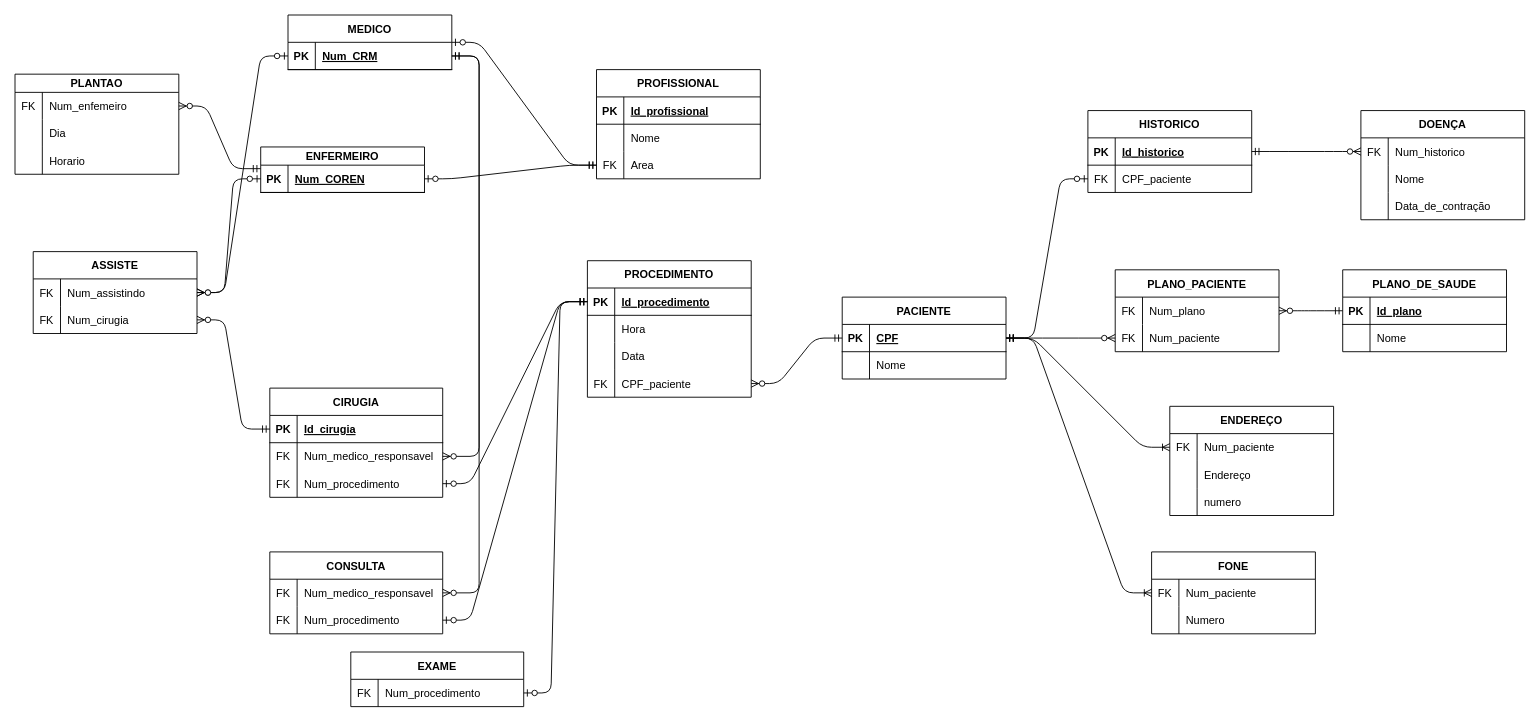
MarcosWillianAP1K/Atividade_Faculdade keeps this draw.io diagram as BD1/Lista de BD1 relacional/Q1.drawio. Above is the earlier version. Source tidied: cells renumbered, new cells numbered last; positions are measured from the earlier drawing's top-left corner, leaving out a move shared by most shapes. Both pictures are drawn from the tidied source at 91%, with x=0, y=0 at pixel (15, 15).
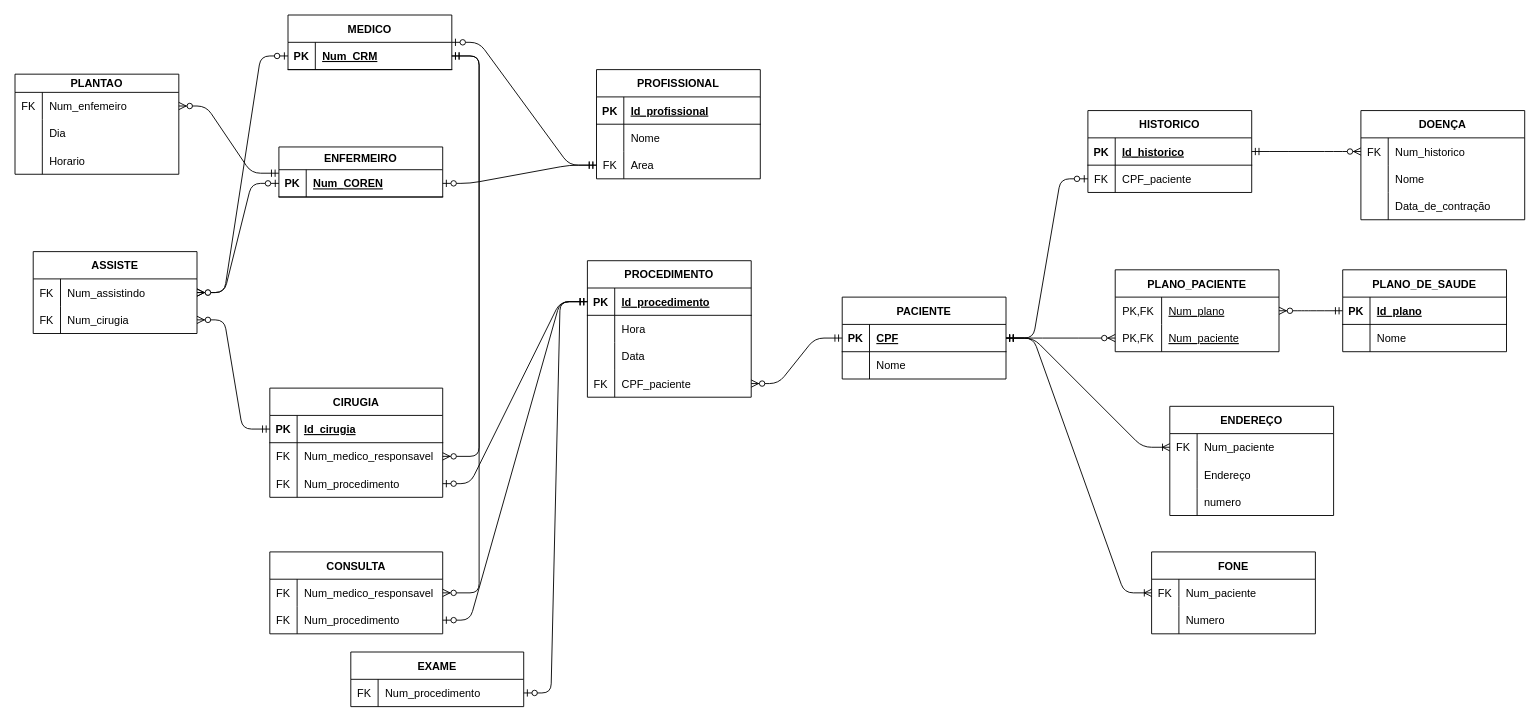
After the change.

The change refers to these unchanged cells:
```xml
<mxCell id="117" style="shape=tableRow;horizontal=0;startSize=0;swimlaneHead=0;swimlaneBody=0;fillColor=none;points=[[0,0.5],[1,0.5]];portConstraint=eastwest;top=0;left=0;right=0;bottom=0;" parent="116" vertex="1">
  <mxGeometry y="30" width="180" height="30" as="geometry" />
</mxCell>
<mxCell id="120" style="shape=tableRow;horizontal=0;startSize=0;swimlaneHead=0;swimlaneBody=0;fillColor=none;points=[[0,0.5],[1,0.5]];portConstraint=eastwest;top=0;left=0;right=0;bottom=0;" parent="116" vertex="1">
  <mxGeometry y="60" width="180" height="30" as="geometry" />
</mxCell>
```

Diff of the diagram source:
```diff
@@
-    <mxCell id="16" value="ENFERMEIRO" style="shape=table;startSize=20;childLayout=tableLayout;rowLines=0;fontStyle=1;align=center;" parent="1" vertex="1">
-      <mxGeometry x="270" y="145" width="180" height="50" as="geometry" />
+    <mxCell id="16" value="ENFERMEIRO" style="shape=table;startSize=25;childLayout=tableLayout;rowLines=0;fontStyle=1;align=center;" parent="1" vertex="1">
+      <mxGeometry x="290" y="145" width="180" height="55" as="geometry" />
     </mxCell>
     <mxCell id="17" style="shape=tableRow;horizontal=0;startSize=0;swimlaneHead=0;swimlaneBody=0;fillColor=none;points=[[0,0.5],[1,0.5]];portConstraint=eastwest;top=0;left=0;right=0;bottom=1;" parent="16" vertex="1">
-      <mxGeometry y="20" width="180" height="30" as="geometry" />
+      <mxGeometry y="25" width="180" height="30" as="geometry" />
     </mxCell>
@@
-    <mxCell id="118" value="FK" style="shape=partialRectangle;fillColor=none;top=0;left=0;bottom=0;right=0;overflow=hidden;" parent="117" vertex="1">
-      <mxGeometry width="30" height="30" as="geometry" />
+    <mxCell id="118" value="PK,FK" style="shape=partialRectangle;fillColor=none;top=0;left=0;bottom=0;right=0;overflow=hidden;" parent="117" vertex="1">
+      <mxGeometry width="51" height="30" as="geometry" />
     </mxCell>
-    <mxCell id="119" value="Num_plano" style="shape=partialRectangle;fillColor=none;top=0;left=0;bottom=0;right=0;align=left;spacingLeft=6;overflow=hidden;" parent="117" vertex="1">
-      <mxGeometry x="30" width="150" height="30" as="geometry" />
+    <mxCell id="119" value="Num_plano" style="shape=partialRectangle;fillColor=none;top=0;left=0;bottom=0;right=0;align=left;spacingLeft=6;overflow=hidden;fontStyle=4;" parent="117" vertex="1">
+      <mxGeometry x="51" width="129" height="30" as="geometry" />
     </mxCell>
@@
-    <mxCell id="121" value="FK" style="shape=partialRectangle;fillColor=none;top=0;left=0;bottom=0;right=0;fontStyle=0;overflow=hidden;" parent="120" vertex="1">
-      <mxGeometry width="30" height="30" as="geometry" />
+    <mxCell id="121" value="PK,FK" style="shape=partialRectangle;fillColor=none;top=0;left=0;bottom=0;right=0;fontStyle=0;overflow=hidden;" parent="120" vertex="1">
+      <mxGeometry width="51" height="30" as="geometry" />
     </mxCell>
-    <mxCell id="122" value="Num_paciente" style="shape=partialRectangle;fillColor=none;top=0;left=0;bottom=0;right=0;align=left;spacingLeft=6;fontStyle=0;overflow=hidden;" parent="120" vertex="1">
-      <mxGeometry x="30" width="150" height="30" as="geometry" />
+    <mxCell id="122" value="Num_paciente" style="shape=partialRectangle;fillColor=none;top=0;left=0;bottom=0;right=0;align=left;spacingLeft=6;fontStyle=4;overflow=hidden;" parent="120" vertex="1">
+      <mxGeometry x="51" width="129" height="30" as="geometry" />
     </mxCell>
```
